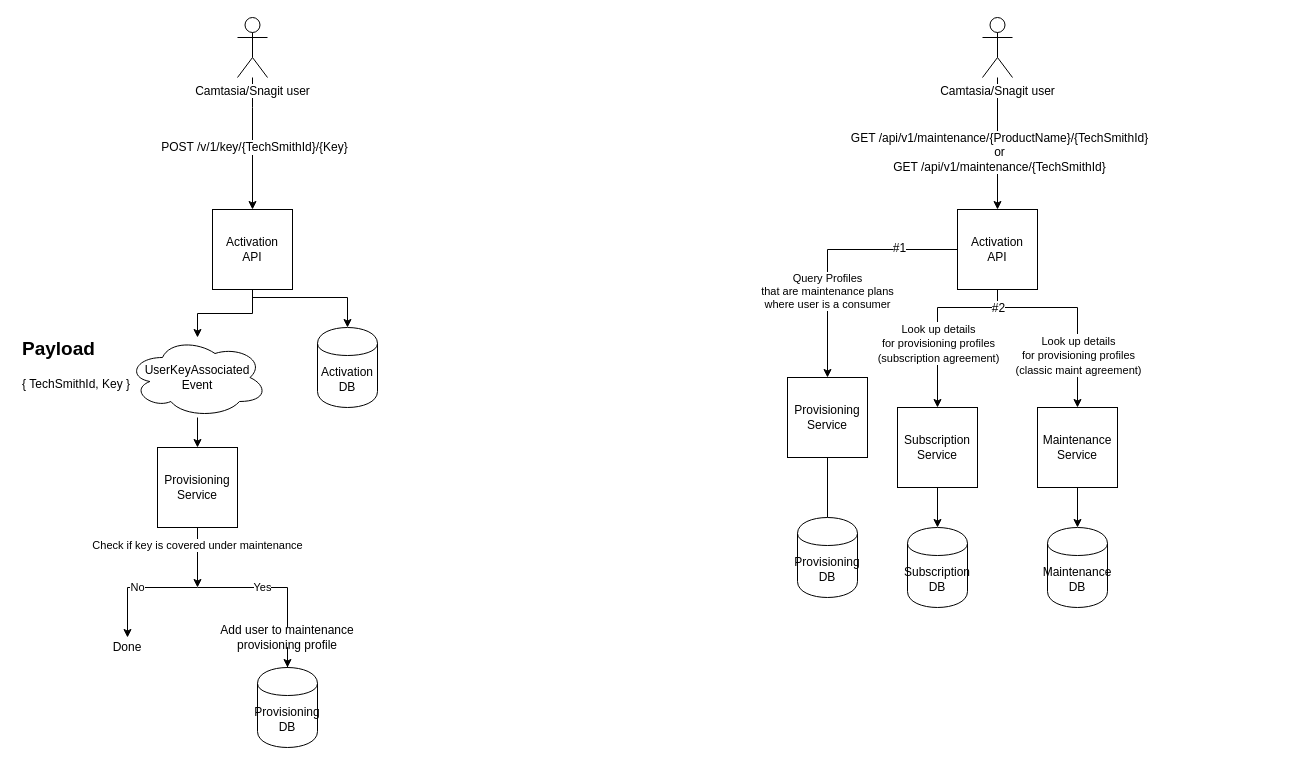
dontjee/drawiodrawings keeps this draw.io diagram as MaintenanceDesktopAwareness.drawio. Above is the earlier version. Source tidied: cells renumbered, new cells numbered last; positions are measured from the earlier drawing's top-left corner, leaving out a move shared by most shapes. Both pictures are drawn from the tidied source at 100%, with x=0, y=0 at pixel (17, 17).
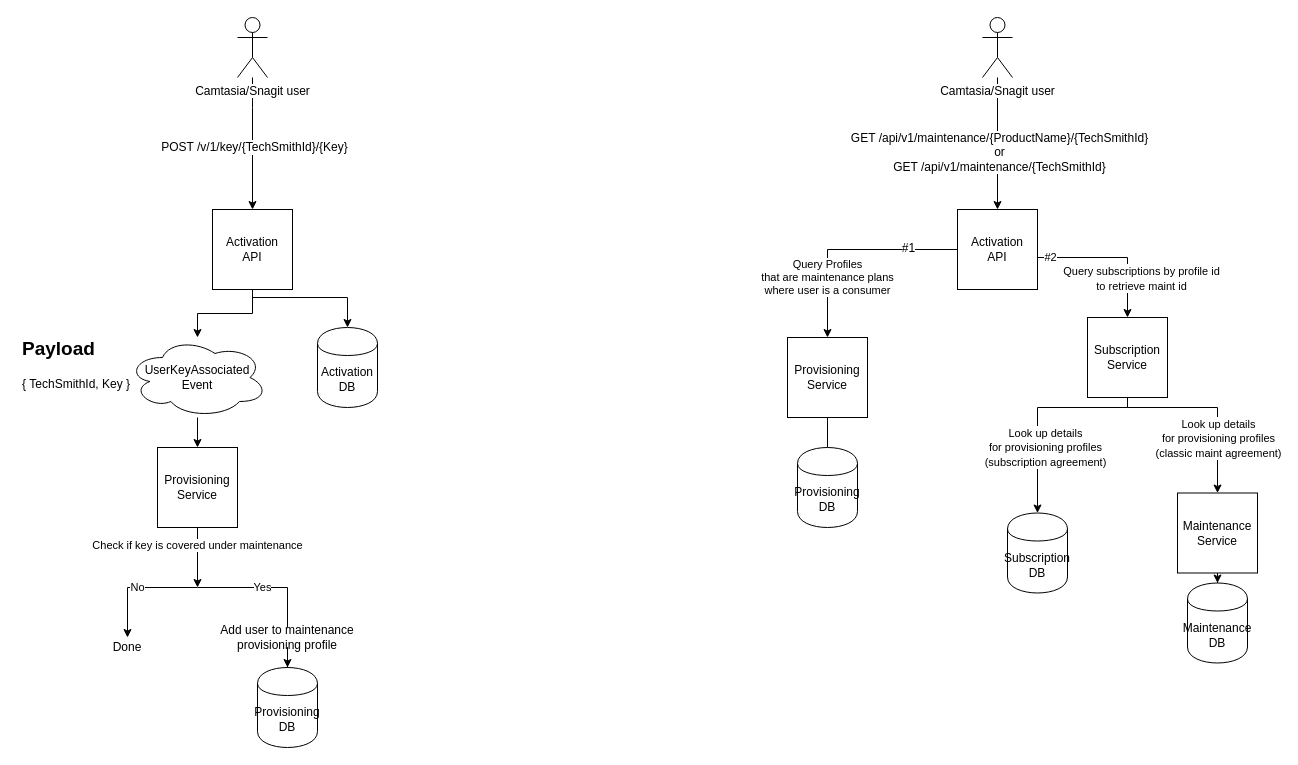
The same diagram, later.

Commit message:
Make subscription service the main touchpoint for looking up subscriptions

Unchanged cells that the change refers to:
```xml
<mxCell id="24" value="Activation&lt;br&gt;API&lt;br&gt;" style="whiteSpace=wrap;html=1;" parent="1" vertex="1">
  <mxGeometry x="940" y="192" width="80" height="80" as="geometry" />
</mxCell>
```

Diff of the diagram source:
```diff
@@
     <mxCell id="20" value="Query Profiles&lt;br&gt;that are maintenance plans&lt;br&gt;where user is a consumer&lt;br&gt;" style="edgeStyle=orthogonalEdgeStyle;rounded=0;jettySize=auto;html=1;entryX=0.5;entryY=0;entryDx=0;entryDy=0;endArrow=classic;endFill=1;" parent="1" edge="1" source="24" target="29">
-      <mxGeometry x="0.33" relative="1" as="geometry" />
+      <mxGeometry x="0.19" y="28" relative="1" as="geometry">
+        <mxPoint x="-28" y="28" as="offset" />
+      </mxGeometry>
     </mxCell>
@@
-    <mxCell id="22" style="edgeStyle=orthogonalEdgeStyle;rounded=0;jettySize=auto;html=1;exitX=0.5;exitY=1;exitDx=0;exitDy=0;entryX=0.5;entryY=0;entryDx=0;entryDy=0;endArrow=classic;endFill=1;" parent="1" edge="1" source="24" target="32">
-      <mxGeometry relative="1" as="geometry">
+    <mxCell id="22" value="#2" style="edgeStyle=orthogonalEdgeStyle;rounded=0;jettySize=auto;html=1;exitX=1;exitY=0.5;exitDx=0;exitDy=0;entryX=0.5;entryY=0;entryDx=0;entryDy=0;endArrow=classic;endFill=1;" parent="1" edge="1" source="24" target="32">
+      <mxGeometry x="-0.73" relative="1" as="geometry">
         <Array as="points">
-          <mxPoint x="980" y="290" />
-          <mxPoint x="920" y="290" />
+          <mxPoint x="1020" y="240" />
+          <mxPoint x="1110" y="240" />
         </Array>
       </mxGeometry>
     </mxCell>
-    <mxCell id="23" value="&lt;font style=&quot;font-size: 11px&quot;&gt;&lt;font style=&quot;font-size: 11px&quot;&gt;Look up details&lt;br&gt;for provisioning profiles&lt;br&gt;&lt;/font&gt;(subscription agreement)&lt;/font&gt;&lt;br&gt;" style="text;html=1;align=center;verticalAlign=middle;labelBackgroundColor=#ffffff;" parent="22" vertex="1">
-      <mxGeometry x="0.42" y="1" relative="1" as="geometry">
-        <mxPoint x="-1" y="-13" as="offset" />
-      </mxGeometry>
-    </mxCell>
+    <mxCell id="40" value="&lt;font style=&quot;font-size: 11px&quot;&gt;Query subscriptions by profile id&lt;br&gt;to retrieve maint id&lt;/font&gt;&lt;br&gt;" style="text;html=1;align=center;verticalAlign=middle;labelBackgroundColor=#ffffff;" parent="22" vertex="1">
+      <mxGeometry x="0.08" y="1" relative="1" as="geometry">
+        <mxPoint x="26" y="21" as="offset" />
+      </mxGeometry>
+    </mxCell>
@@
     <mxCell id="29" value="Provisioning&lt;br&gt;Service&lt;br&gt;" style="whiteSpace=wrap;html=1;" parent="1" vertex="1">
-      <mxGeometry x="770" y="360" width="80" height="80" as="geometry" />
+      <mxGeometry x="770" y="320" width="80" height="80" as="geometry" />
     </mxCell>
     <mxCell id="30" value="Provisioning&lt;br&gt;DB&lt;br&gt;" style="shape=cylinder;whiteSpace=wrap;html=1;boundedLbl=1;backgroundOutline=1;" parent="1" vertex="1">
-      <mxGeometry x="780" y="500" width="60" height="80" as="geometry" />
+      <mxGeometry x="780" y="430" width="60" height="80" as="geometry" />
     </mxCell>
-    <mxCell id="31" style="edgeStyle=orthogonalEdgeStyle;rounded=0;jettySize=auto;html=1;entryX=0.5;entryY=0;entryDx=0;entryDy=0;endArrow=classic;endFill=1;" parent="1" edge="1" source="32" target="33">
-      <mxGeometry relative="1" as="geometry" />
+    <mxCell id="31" style="edgeStyle=orthogonalEdgeStyle;rounded=0;jettySize=auto;html=1;entryX=0.5;entryY=0;entryDx=0;entryDy=0;endArrow=classic;endFill=1;exitX=0.5;exitY=1;exitDx=0;exitDy=0;" parent="1" edge="1" source="32" target="33">
+      <mxGeometry relative="1" as="geometry">
+        <Array as="points">
+          <mxPoint x="1110" y="390" />
+          <mxPoint x="1020" y="390" />
+        </Array>
+      </mxGeometry>
     </mxCell>
+    <mxCell id="23" value="&lt;font style=&quot;font-size: 11px&quot;&gt;&lt;font style=&quot;font-size: 11px&quot;&gt;Look up details&lt;br&gt;for provisioning profiles&lt;br&gt;&lt;/font&gt;&lt;span&gt;(subscription agreement)&lt;/span&gt;&lt;/font&gt;" style="text;html=1;align=center;verticalAlign=middle;labelBackgroundColor=#ffffff;" parent="31" vertex="1">
+      <mxGeometry x="-0.11" y="2" relative="1" as="geometry">
+        <mxPoint x="-2" y="37" as="offset" />
+      </mxGeometry>
+    </mxCell>
     <mxCell id="32" value="Subscription&lt;br&gt;Service&lt;br&gt;" style="whiteSpace=wrap;html=1;" parent="1" vertex="1">
-      <mxGeometry x="880" y="390" width="80" height="80" as="geometry" />
+      <mxGeometry x="1070" y="300" width="80" height="80" as="geometry" />
     </mxCell>
     <mxCell id="33" value="Subscription&lt;br&gt;DB&lt;br&gt;" style="shape=cylinder;whiteSpace=wrap;html=1;boundedLbl=1;backgroundOutline=1;" parent="1" vertex="1">
-      <mxGeometry x="890" y="510" width="60" height="80" as="geometry" />
+      <mxGeometry x="990" y="495.5" width="60" height="80" as="geometry" />
     </mxCell>
-    <mxCell id="34" style="edgeStyle=orthogonalEdgeStyle;rounded=0;jettySize=auto;html=1;exitX=0.5;exitY=1;exitDx=0;exitDy=0;entryX=0.5;entryY=0;entryDx=0;entryDy=0;endArrow=classic;endFill=1;" parent="1" edge="1" source="24" target="38">
+    <mxCell id="34" style="edgeStyle=orthogonalEdgeStyle;rounded=0;jettySize=auto;html=1;entryX=0.5;entryY=0;entryDx=0;entryDy=0;endArrow=classic;endFill=1;exitX=0.5;exitY=1;exitDx=0;exitDy=0;" parent="1" edge="1" source="32" target="38">
       <mxGeometry relative="1" as="geometry">
         <Array as="points">
-          <mxPoint x="980" y="290" />
-          <mxPoint x="1060" y="290" />
+          <mxPoint x="1110" y="390" />
+          <mxPoint x="1200" y="390" />
         </Array>
       </mxGeometry>
     </mxCell>
     <mxCell id="35" value="&lt;font style=&quot;font-size: 11px&quot;&gt;&lt;font style=&quot;font-size: 11px&quot;&gt;Look up details&lt;br&gt;for provisioning profiles&lt;br&gt;&lt;/font&gt;(classic maint agreement)&lt;/font&gt;&lt;br&gt;" style="text;html=1;align=center;verticalAlign=middle;labelBackgroundColor=#ffffff;" parent="34" vertex="1">
       <mxGeometry x="0.42" y="1" relative="1" as="geometry">
-        <mxPoint x="-1" y="4" as="offset" />
+        <mxPoint x="-1" y="-2" as="offset" />
       </mxGeometry>
     </mxCell>
-    <mxCell id="36" value="#2" style="text;html=1;align=center;verticalAlign=middle;labelBackgroundColor=#ffffff;" parent="34" vertex="1">
-      <mxGeometry x="-0.95" y="1" relative="1" as="geometry">
-        <mxPoint x="-1" y="13" as="offset" />
-      </mxGeometry>
-    </mxCell>
@@
     <mxCell id="38" value="Maintenance&lt;br&gt;Service&lt;br&gt;" style="whiteSpace=wrap;html=1;" parent="1" vertex="1">
-      <mxGeometry x="1020" y="390" width="80" height="80" as="geometry" />
+      <mxGeometry x="1160" y="475.5" width="80" height="80" as="geometry" />
     </mxCell>
     <mxCell id="39" value="Maintenance&lt;br&gt;DB&lt;br&gt;" style="shape=cylinder;whiteSpace=wrap;html=1;boundedLbl=1;backgroundOutline=1;" parent="1" vertex="1">
-      <mxGeometry x="1030" y="510" width="60" height="80" as="geometry" />
+      <mxGeometry x="1170" y="565.5" width="60" height="80" as="geometry" />
     </mxCell>
```
